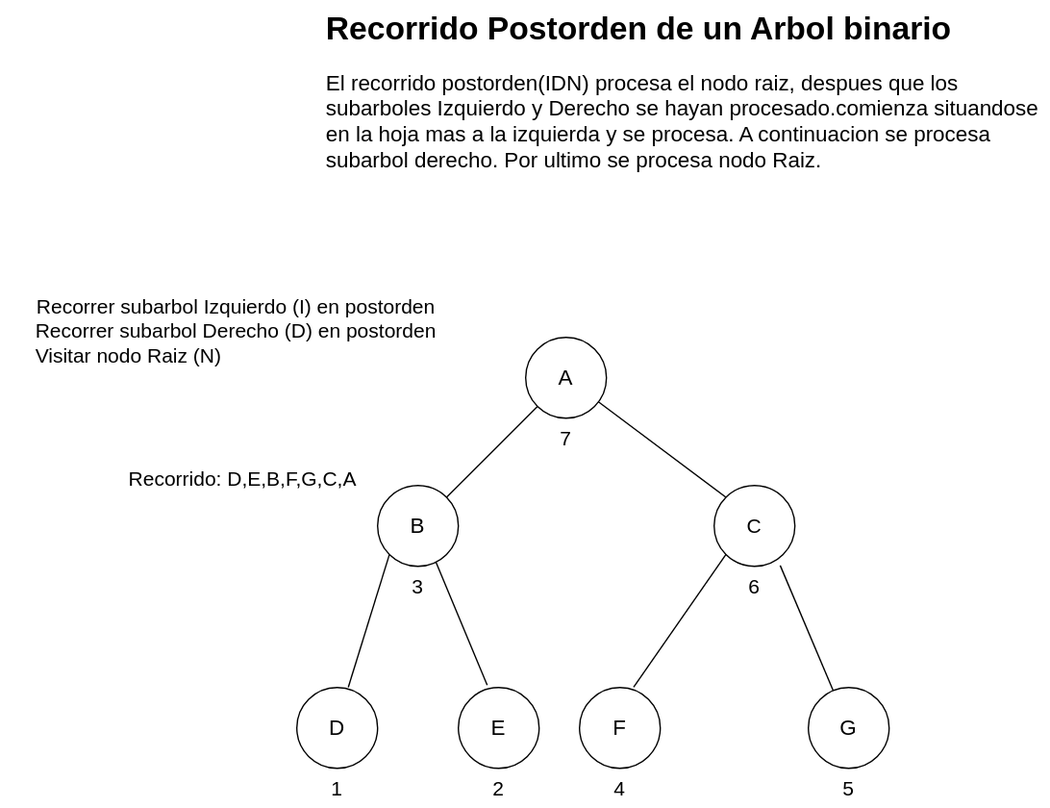
Earlier version of the draw.io export Estructura-de-datos/Arboles/postorden.drawio.svg (Nordcode-cyber/Algoritmos-Estructdatos). Source tidied: cells renumbered, new cells last; positions are measured from the earlier drawing's top-left corner, leaving out a move shared by most shapes.
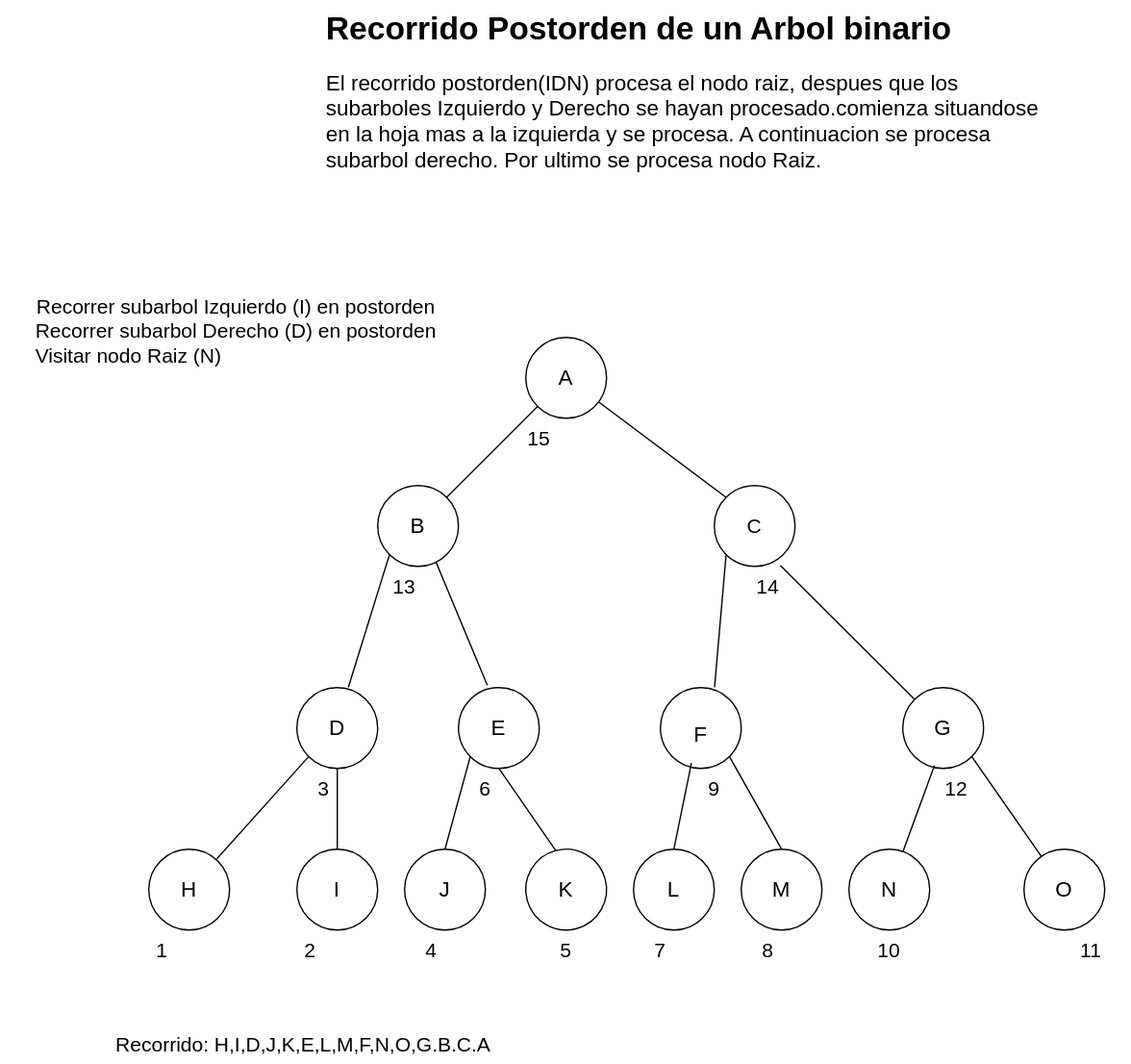
Later version of the same file.

Change to the diagram source:
```diff
@@ -24,10 +24,10 @@
       <mxGeometry x="340" y="510" width="60" height="60" as="geometry" />
     </mxCell>
     <mxCell id="9" style="ellipse;whiteSpace=wrap;html=1;fillColor=none;" parent="1" vertex="1">
-      <mxGeometry x="600" y="510" width="60" height="60" as="geometry" />
+      <mxGeometry x="670" y="510" width="60" height="60" as="geometry" />
     </mxCell>
     <mxCell id="10" style="ellipse;whiteSpace=wrap;html=1;fillColor=none;" parent="1" vertex="1">
-      <mxGeometry x="430" y="510" width="60" height="60" as="geometry" />
+      <mxGeometry x="490" y="510" width="60" height="60" as="geometry" />
     </mxCell>
     <mxCell id="11" style="endArrow=none;html=1;exitX=0;exitY=0;exitDx=0;exitDy=0;" parent="1" edge="1" source="6" target="4">
       <mxGeometry relative="1" as="geometry" />
@@ -63,34 +63,130 @@
       <mxGeometry x="340" y="525" width="60" height="30" as="geometry" />
     </mxCell>
     <mxCell id="22" value="&lt;font style=&quot;font-size: 16px; color: light-dark(rgb(0, 0, 0), rgb(102, 255, 102));&quot;&gt;F&lt;/font&gt;" style="text;html=1;align=center;verticalAlign=middle;whiteSpace=wrap;rounded=0;" parent="1" vertex="1">
-      <mxGeometry x="430" y="525" width="60" height="30" as="geometry" />
+      <mxGeometry x="490" y="530" width="60" height="30" as="geometry" />
     </mxCell>
     <mxCell id="23" value="&lt;font style=&quot;font-size: 16px; color: light-dark(rgb(0, 0, 0), rgb(102, 255, 102));&quot;&gt;G&lt;/font&gt;" style="text;html=1;align=center;verticalAlign=middle;whiteSpace=wrap;rounded=0;" parent="1" vertex="1">
-      <mxGeometry x="600" y="525" width="60" height="30" as="geometry" />
+      <mxGeometry x="670" y="525" width="60" height="30" as="geometry" />
     </mxCell>
     <mxCell id="24" value="&lt;font style=&quot;font-size: 15px; color: light-dark(rgb(0, 0, 0), rgb(255, 0, 0));&quot;&gt;1&lt;/font&gt;" style="text;html=1;align=center;verticalAlign=middle;whiteSpace=wrap;rounded=0;" parent="1" vertex="1">
-      <mxGeometry x="220" y="570" width="60" height="30" as="geometry" />
+      <mxGeometry x="90" y="690" width="60" height="30" as="geometry" />
     </mxCell>
     <mxCell id="25" value="&lt;font style=&quot;font-size: 15px; color: light-dark(rgb(0, 0, 0), rgb(255, 0, 0));&quot;&gt;2&lt;/font&gt;" style="text;html=1;align=center;verticalAlign=middle;whiteSpace=wrap;rounded=0;" parent="1" vertex="1">
-      <mxGeometry x="340" y="570" width="60" height="30" as="geometry" />
+      <mxGeometry x="200" y="690" width="60" height="30" as="geometry" />
     </mxCell>
     <mxCell id="26" value="&lt;font style=&quot;font-size: 15px; color: light-dark(rgb(0, 0, 0), rgb(255, 0, 0));&quot;&gt;3&lt;/font&gt;" style="text;html=1;align=center;verticalAlign=middle;whiteSpace=wrap;rounded=0;" parent="1" vertex="1">
-      <mxGeometry x="280" y="420" width="60" height="30" as="geometry" />
+      <mxGeometry x="210" y="570" width="60" height="30" as="geometry" />
     </mxCell>
     <mxCell id="27" value="&lt;font style=&quot;font-size: 15px; color: light-dark(rgb(0, 0, 0), rgb(255, 0, 0));&quot;&gt;4&lt;/font&gt;" style="text;html=1;align=center;verticalAlign=middle;whiteSpace=wrap;rounded=0;" parent="1" vertex="1">
-      <mxGeometry x="430" y="570" width="60" height="30" as="geometry" />
+      <mxGeometry x="290" y="690" width="60" height="30" as="geometry" />
     </mxCell>
     <mxCell id="28" value="&lt;font style=&quot;font-size: 15px; color: light-dark(rgb(0, 0, 0), rgb(255, 0, 0));&quot;&gt;5&lt;/font&gt;" style="text;html=1;align=center;verticalAlign=middle;whiteSpace=wrap;rounded=0;" parent="1" vertex="1">
-      <mxGeometry x="600" y="570" width="60" height="30" as="geometry" />
+      <mxGeometry x="390" y="690" width="60" height="30" as="geometry" />
     </mxCell>
     <mxCell id="29" value="&lt;font style=&quot;font-size: 15px; color: light-dark(rgb(0, 0, 0), rgb(255, 0, 0));&quot;&gt;6&lt;/font&gt;" style="text;html=1;align=center;verticalAlign=middle;whiteSpace=wrap;rounded=0;" parent="1" vertex="1">
-      <mxGeometry x="530" y="420" width="60" height="30" as="geometry" />
+      <mxGeometry x="330" y="570" width="60" height="30" as="geometry" />
     </mxCell>
     <mxCell id="30" value="&lt;font style=&quot;font-size: 15px; color: light-dark(rgb(0, 0, 0), rgb(255, 0, 0));&quot;&gt;7&lt;/font&gt;" style="text;html=1;align=center;verticalAlign=middle;whiteSpace=wrap;rounded=0;" parent="1" vertex="1">
-      <mxGeometry x="390" y="310" width="60" height="30" as="geometry" />
+      <mxGeometry x="460" y="690" width="60" height="30" as="geometry" />
     </mxCell>
-    <mxCell id="31" value="&lt;font style=&quot;font-size: 15px; color: light-dark(rgb(0, 0, 0), rgb(102, 255, 102));&quot;&gt;Recorrido: D,E,B,F,G,C,A&lt;/font&gt;" style="text;html=1;align=center;verticalAlign=middle;whiteSpace=wrap;rounded=0;" parent="1" vertex="1">
-      <mxGeometry x="80" y="340" width="200" height="30" as="geometry" />
+    <mxCell id="31" value="&lt;font style=&quot;font-size: 15px; color: light-dark(rgb(0, 0, 0), rgb(102, 255, 102));&quot;&gt;Recorrido: H,I,D,J,K,E,L,M,F,N,O,G.B.C.A&lt;/font&gt;" style="text;html=1;align=center;verticalAlign=middle;whiteSpace=wrap;rounded=0;" parent="1" vertex="1">
+      <mxGeometry x="40" y="760" width="370" height="30" as="geometry" />
     </mxCell>
+    <mxCell id="32" style="ellipse;whiteSpace=wrap;html=1;fillColor=none;" parent="1" vertex="1">
+      <mxGeometry x="110" y="630" width="60" height="60" as="geometry" />
+    </mxCell>
+    <mxCell id="33" style="ellipse;whiteSpace=wrap;html=1;fillColor=none;" parent="1" vertex="1">
+      <mxGeometry x="220" y="630" width="60" height="60" as="geometry" />
+    </mxCell>
+    <mxCell id="34" style="ellipse;whiteSpace=wrap;html=1;fillColor=none;" parent="1" vertex="1">
+      <mxGeometry x="300" y="630" width="60" height="60" as="geometry" />
+    </mxCell>
+    <mxCell id="35" style="ellipse;whiteSpace=wrap;html=1;fillColor=none;" parent="1" vertex="1">
+      <mxGeometry x="470" y="630" width="60" height="60" as="geometry" />
+    </mxCell>
+    <mxCell id="36" style="ellipse;whiteSpace=wrap;html=1;fillColor=none;" parent="1" vertex="1">
+      <mxGeometry x="760" y="630" width="60" height="60" as="geometry" />
+    </mxCell>
+    <mxCell id="37" style="ellipse;whiteSpace=wrap;html=1;fillColor=none;" parent="1" vertex="1">
+      <mxGeometry x="630" y="630" width="60" height="60" as="geometry" />
+    </mxCell>
+    <mxCell id="38" style="ellipse;whiteSpace=wrap;html=1;fillColor=none;rotation=-15;" parent="1" vertex="1">
+      <mxGeometry x="390" y="630" width="60" height="60" as="geometry" />
+    </mxCell>
+    <mxCell id="39" style="endArrow=none;html=1;entryX=0;entryY=1;entryDx=0;entryDy=0;" parent="1" edge="1" source="32" target="7">
+      <mxGeometry relative="1" as="geometry" />
+    </mxCell>
+    <mxCell id="40" style="endArrow=none;html=1;entryX=0.5;entryY=1;entryDx=0;entryDy=0;exitX=0.5;exitY=0;exitDx=0;exitDy=0;" parent="1" edge="1" source="33" target="7">
+      <mxGeometry relative="1" as="geometry" />
+    </mxCell>
+    <mxCell id="41" style="endArrow=none;html=1;entryX=0.5;entryY=1;entryDx=0;entryDy=0;exitX=0.5;exitY=0;exitDx=0;exitDy=0;" parent="1" edge="1" source="38" target="8">
+      <mxGeometry relative="1" as="geometry" />
+    </mxCell>
+    <mxCell id="42" style="ellipse;whiteSpace=wrap;html=1;fillColor=none;" parent="1" vertex="1">
+      <mxGeometry x="550" y="630" width="60" height="60" as="geometry" />
+    </mxCell>
+    <mxCell id="43" style="endArrow=none;html=1;entryX=0.384;entryY=0.933;entryDx=0;entryDy=0;entryPerimeter=0;exitX=0.5;exitY=0;exitDx=0;exitDy=0;" parent="1" edge="1" source="35" target="10">
+      <mxGeometry relative="1" as="geometry" />
+    </mxCell>
+    <mxCell id="44" style="endArrow=none;html=1;entryX=1;entryY=1;entryDx=0;entryDy=0;exitX=0.5;exitY=0;exitDx=0;exitDy=0;" parent="1" edge="1" source="42" target="10">
+      <mxGeometry relative="1" as="geometry" />
+    </mxCell>
+    <mxCell id="45" style="endArrow=none;html=1;entryX=0.392;entryY=0.965;entryDx=0;entryDy=0;entryPerimeter=0;" parent="1" edge="1" source="37" target="9">
+      <mxGeometry relative="1" as="geometry" />
+    </mxCell>
+    <mxCell id="46" style="endArrow=none;html=1;entryX=1;entryY=1;entryDx=0;entryDy=0;" parent="1" edge="1" source="36" target="9">
+      <mxGeometry relative="1" as="geometry" />
+    </mxCell>
+    <mxCell id="47" value="&lt;font style=&quot;font-size: 16px; color: light-dark(rgb(0, 0, 0), rgb(102, 255, 102));&quot;&gt;H&lt;/font&gt;" style="text;html=1;align=center;verticalAlign=middle;whiteSpace=wrap;rounded=0;" parent="1" vertex="1">
+      <mxGeometry x="110" y="645" width="60" height="30" as="geometry" />
+    </mxCell>
+    <mxCell id="48" value="&lt;font style=&quot;font-size: 16px; color: light-dark(rgb(0, 0, 0), rgb(102, 255, 102));&quot;&gt;I&lt;/font&gt;" style="text;html=1;align=center;verticalAlign=middle;whiteSpace=wrap;rounded=0;" parent="1" vertex="1">
+      <mxGeometry x="220" y="645" width="60" height="30" as="geometry" />
+    </mxCell>
+    <mxCell id="49" value="&lt;font style=&quot;font-size: 16px; color: light-dark(rgb(0, 0, 0), rgb(102, 255, 102));&quot;&gt;J&lt;/font&gt;" style="text;html=1;align=center;verticalAlign=middle;whiteSpace=wrap;rounded=0;" parent="1" vertex="1">
+      <mxGeometry x="300" y="645" width="60" height="30" as="geometry" />
+    </mxCell>
+    <mxCell id="50" value="&lt;font style=&quot;font-size: 16px; color: light-dark(rgb(0, 0, 0), rgb(102, 255, 102));&quot;&gt;K&lt;/font&gt;" style="text;html=1;align=center;verticalAlign=middle;whiteSpace=wrap;rounded=0;" parent="1" vertex="1">
+      <mxGeometry x="390" y="645" width="60" height="30" as="geometry" />
+    </mxCell>
+    <mxCell id="51" value="&lt;font style=&quot;font-size: 16px; color: light-dark(rgb(0, 0, 0), rgb(102, 255, 102));&quot;&gt;L&lt;/font&gt;" style="text;html=1;align=center;verticalAlign=middle;whiteSpace=wrap;rounded=0;" parent="1" vertex="1">
+      <mxGeometry x="470" y="645" width="60" height="30" as="geometry" />
+    </mxCell>
+    <mxCell id="52" value="&lt;font style=&quot;font-size: 16px; color: light-dark(rgb(0, 0, 0), rgb(102, 255, 102));&quot;&gt;M&lt;/font&gt;" style="text;html=1;align=center;verticalAlign=middle;whiteSpace=wrap;rounded=0;" parent="1" vertex="1">
+      <mxGeometry x="550" y="645" width="60" height="30" as="geometry" />
+    </mxCell>
+    <mxCell id="53" value="&lt;font style=&quot;font-size: 16px; color: light-dark(rgb(0, 0, 0), rgb(102, 255, 102));&quot;&gt;N&lt;/font&gt;" style="text;html=1;align=center;verticalAlign=middle;whiteSpace=wrap;rounded=0;" parent="1" vertex="1">
+      <mxGeometry x="630" y="645" width="60" height="30" as="geometry" />
+    </mxCell>
+    <mxCell id="54" value="&lt;font style=&quot;font-size: 16px; color: light-dark(rgb(0, 0, 0), rgb(102, 255, 102));&quot;&gt;O&lt;/font&gt;" style="text;html=1;align=center;verticalAlign=middle;whiteSpace=wrap;rounded=0;" parent="1" vertex="1">
+      <mxGeometry x="760" y="645" width="60" height="30" as="geometry" />
+    </mxCell>
+    <mxCell id="55" style="endArrow=none;html=1;exitX=0.5;exitY=0;exitDx=0;exitDy=0;entryX=0;entryY=1;entryDx=0;entryDy=0;" parent="1" edge="1" source="34" target="8">
+      <mxGeometry relative="1" as="geometry" />
+    </mxCell>
+    <mxCell id="56" value="&lt;font style=&quot;font-size: 15px; color: light-dark(rgb(0, 0, 0), rgb(255, 0, 0));&quot;&gt;8&lt;/font&gt;" style="text;html=1;align=center;verticalAlign=middle;whiteSpace=wrap;rounded=0;" parent="1" vertex="1">
+      <mxGeometry x="540" y="690" width="60" height="30" as="geometry" />
+    </mxCell>
+    <mxCell id="57" value="&lt;font style=&quot;font-size: 15px; color: light-dark(rgb(0, 0, 0), rgb(255, 0, 0));&quot;&gt;9&lt;/font&gt;" style="text;html=1;align=center;verticalAlign=middle;whiteSpace=wrap;rounded=0;" parent="1" vertex="1">
+      <mxGeometry x="500" y="570" width="60" height="30" as="geometry" />
+    </mxCell>
+    <mxCell id="58" value="&lt;font style=&quot;font-size: 15px; color: light-dark(rgb(0, 0, 0), rgb(255, 0, 0));&quot;&gt;10&lt;/font&gt;" style="text;html=1;align=center;verticalAlign=middle;whiteSpace=wrap;rounded=0;" parent="1" vertex="1">
+      <mxGeometry x="630" y="690" width="60" height="30" as="geometry" />
+    </mxCell>
+    <mxCell id="59" value="&lt;font style=&quot;font-size: 15px; color: light-dark(rgb(0, 0, 0), rgb(255, 0, 0));&quot;&gt;11&lt;/font&gt;" style="text;html=1;align=center;verticalAlign=middle;whiteSpace=wrap;rounded=0;" parent="1" vertex="1">
+      <mxGeometry x="780" y="690" width="60" height="30" as="geometry" />
+    </mxCell>
+    <mxCell id="60" value="&lt;font style=&quot;font-size: 15px; color: light-dark(rgb(0, 0, 0), rgb(255, 0, 0));&quot;&gt;12&lt;/font&gt;" style="text;html=1;align=center;verticalAlign=middle;whiteSpace=wrap;rounded=0;" parent="1" vertex="1">
+      <mxGeometry x="680" y="570" width="60" height="30" as="geometry" />
+    </mxCell>
+    <mxCell id="61" value="&lt;font style=&quot;font-size: 15px; color: light-dark(rgb(0, 0, 0), rgb(255, 0, 0));&quot;&gt;13&lt;/font&gt;" style="text;html=1;align=center;verticalAlign=middle;whiteSpace=wrap;rounded=0;" parent="1" vertex="1">
+      <mxGeometry x="270" y="420" width="60" height="30" as="geometry" />
+    </mxCell>
+    <mxCell id="62" value="&lt;font style=&quot;font-size: 15px; color: light-dark(rgb(0, 0, 0), rgb(255, 0, 0));&quot;&gt;14&lt;/font&gt;" style="text;html=1;align=center;verticalAlign=middle;whiteSpace=wrap;rounded=0;" parent="1" vertex="1">
+      <mxGeometry x="540" y="420" width="60" height="30" as="geometry" />
+    </mxCell>
+    <mxCell id="63" value="&lt;font style=&quot;font-size: 15px; color: light-dark(rgb(0, 0, 0), rgb(255, 0, 0));&quot;&gt;15&lt;/font&gt;" style="text;html=1;align=center;verticalAlign=middle;whiteSpace=wrap;rounded=0;" parent="1" vertex="1">
+      <mxGeometry x="370" y="310" width="60" height="30" as="geometry" />
+    </mxCell>
   </root>
 </mxGraphModel>
```
